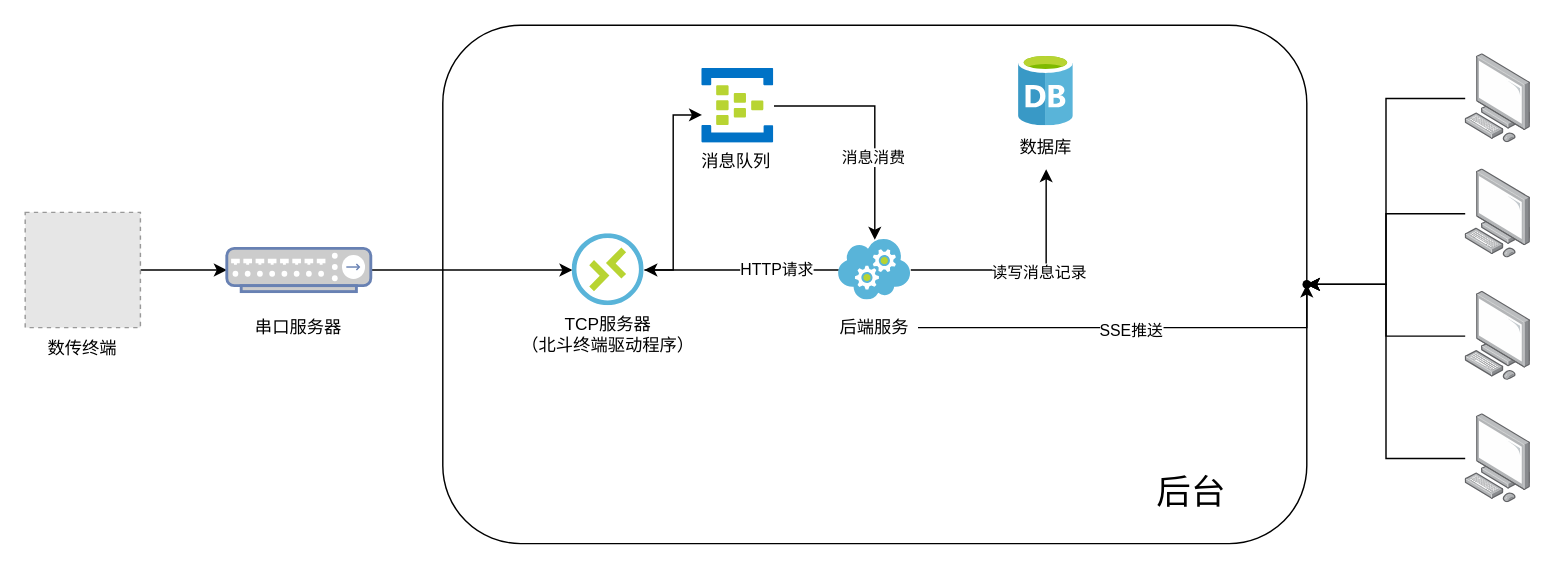
This is pages/北三双向通讯演示项目方案.drawio from D10NGYANG/draw.io, a draw.io file, before an edit. Source tidied: cells renumbered, new cells numbered last; positions are measured from the earlier drawing's top-left corner, leaving out a move shared by most shapes. Both pictures are drawn from the tidied source at 144%, with x=0, y=0 at pixel (24, 24). Pictures stored in the file or linked from it are replaced by grey dashed boxes.
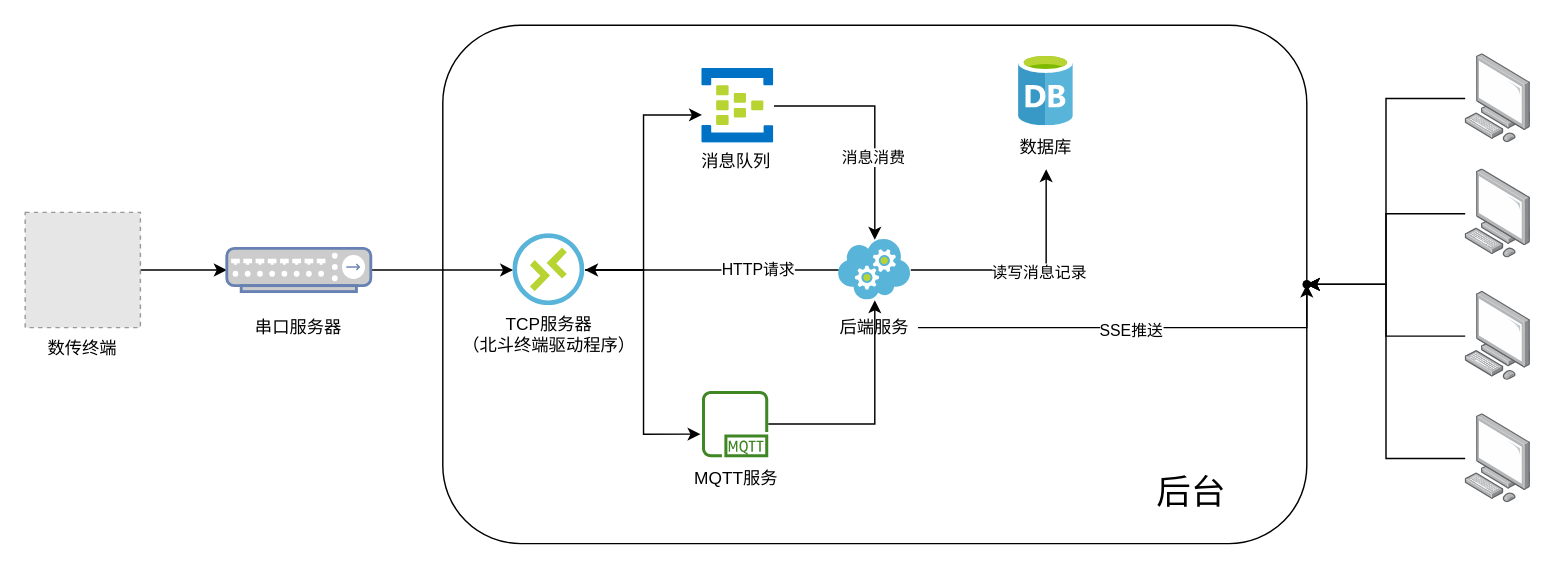
The same diagram, later.

Commit message:
更新北三双向通讯演示项目方案.drawio

The change refers to these unchanged cells:
```xml
<mxCell id="31" style="image;sketch=0;html=1;points=[];align=center;fontSize=12;image=img/lib/mscae/Cloud_Services_Classic.svg;" parent="1" vertex="1">
  <mxGeometry x="565" y="149" width="50" height="42" as="geometry" />
</mxCell>
```

What changed in the source:
```diff
@@
+    <mxCell id="36" style="edgeStyle=orthogonalEdgeStyle;rounded=0;jettySize=auto;html=1;entryX=-0.022;entryY=0.652;entryDx=0;entryDy=0;entryPerimeter=0;" parent="1" edge="1" source="11" target="38">
+      <mxGeometry relative="1" as="geometry" />
+    </mxCell>
     <mxCell id="11" style="image;sketch=0;html=1;points=[];align=center;fontSize=12;image=img/lib/mscae/Connections.svg;" parent="1" vertex="1">
-      <mxGeometry x="380" y="145" width="50" height="50" as="geometry" />
+      <mxGeometry x="338.8" y="145" width="50" height="50" as="geometry" />
     </mxCell>
     <mxCell id="12" value="TCP服务器&lt;br&gt;（北斗终端驱动程序）" style="text;html=1;strokeColor=none;fillColor=none;align=center;verticalAlign=middle;whiteSpace=wrap;rounded=0;" parent="1" vertex="1">
-      <mxGeometry x="331.2" y="195" width="147.5" height="40" as="geometry" />
+      <mxGeometry x="290" y="195" width="147.5" height="40" as="geometry" />
     </mxCell>
@@
+    <mxCell id="37" style="edgeStyle=orthogonalEdgeStyle;rounded=0;jettySize=auto;html=1;" parent="1" edge="1" source="38" target="31">
+      <mxGeometry relative="1" as="geometry" />
+    </mxCell>
+    <mxCell id="38" style="sketch=0;outlineConnect=0;fontColor=#232F3E;gradientColor=none;fillColor=#3F8624;strokeColor=none;dashed=0;verticalLabelPosition=bottom;verticalAlign=top;align=center;html=1;fontSize=12;fontStyle=0;shape=mxgraph.aws4.mqtt_protocol;" parent="1" vertex="1">
+      <mxGeometry x="470" y="254" width="46" height="46" as="geometry" />
+    </mxCell>
+    <mxCell id="39" value="MQTT服务" style="text;html=1;strokeColor=none;fillColor=none;align=center;verticalAlign=middle;whiteSpace=wrap;rounded=0;" parent="1" vertex="1">
+      <mxGeometry x="464" y="300" width="60" height="30" as="geometry" />
+    </mxCell>
```
